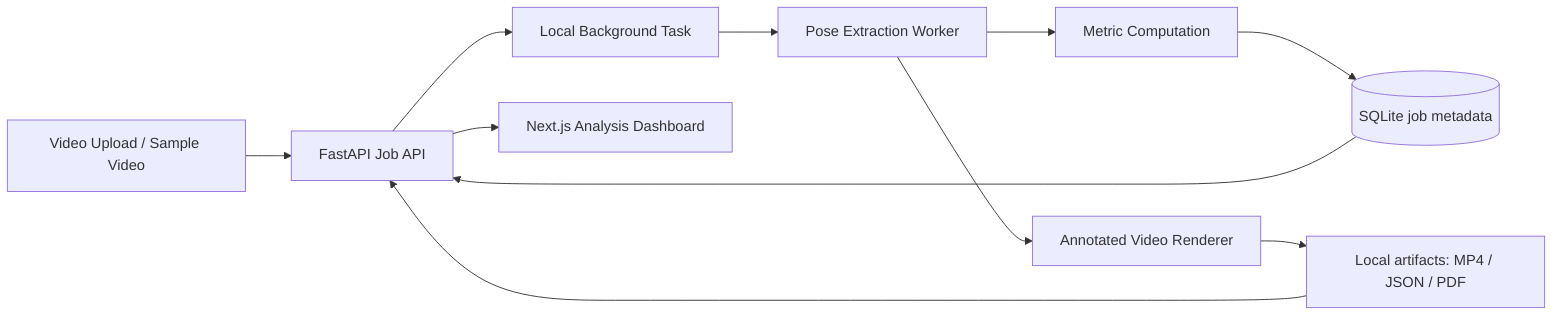
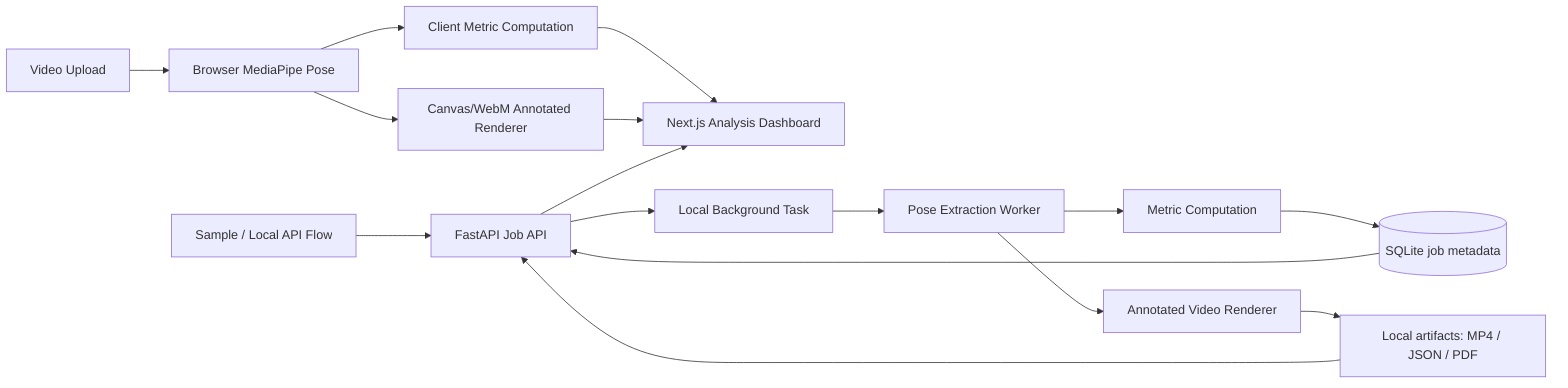
flowchart LR
-     U["Video Upload / Sample Video"] --> API["FastAPI Job API"]
+     U["Video Upload"] --> BP["Browser MediaPipe Pose"]
+     BP --> BM["Client Metric Computation"]
+     BP --> BV["Canvas/WebM Annotated Renderer"]
+     BM --> UI["Next.js Analysis Dashboard"]
+     BV --> UI
+     S["Sample / Local API Flow"] --> API["FastAPI Job API"]
    API --> Q["Local Background Task"]
    Q --> P["Pose Extraction Worker"]
    P --> M["Metric Computation"]
    P --> V["Annotated Video Renderer"]
    M --> DB[("SQLite job metadata")]
    V --> FS["Local artifacts: MP4 / JSON / PDF"]
    DB --> API
    FS --> API
    API --> UI["Next.js Analysis Dashboard"]
- 
